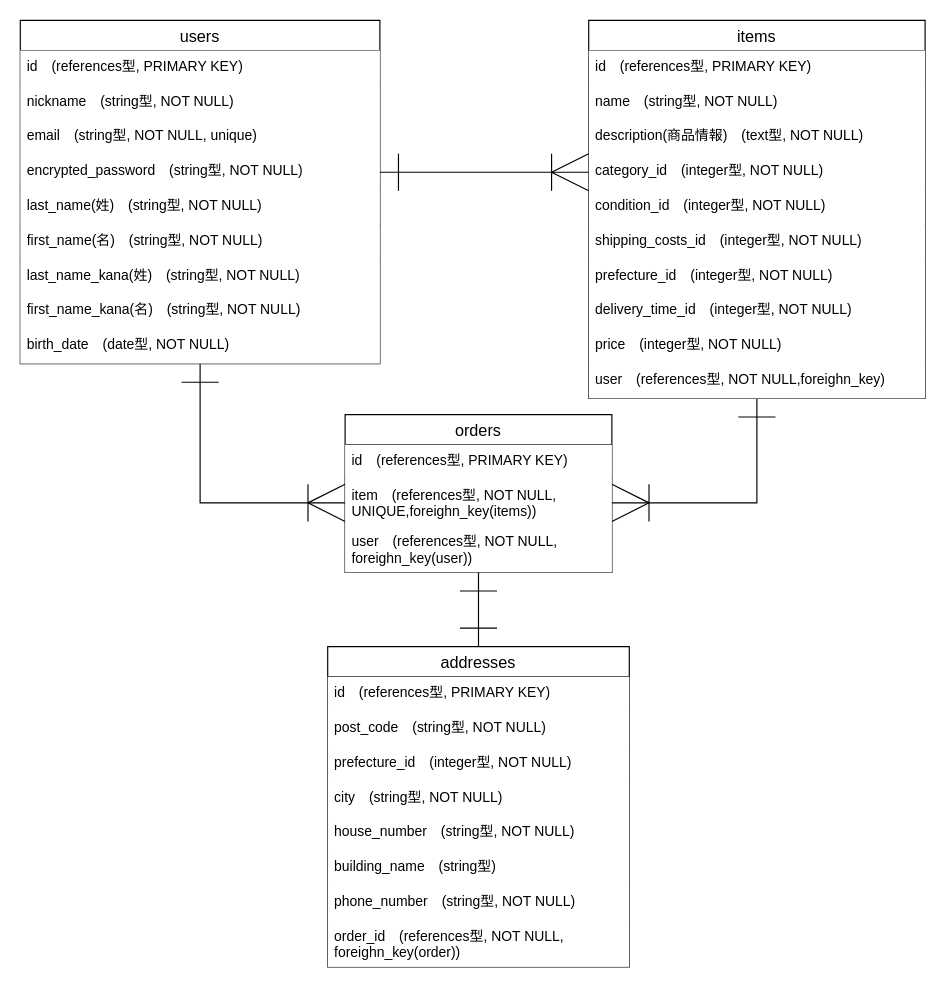
Before: ER.dio in utako-melo/furima-42327, a draw.io diagram. Source tidied: cells renumbered, new cells numbered last; positions are measured from the earlier drawing's top-left corner, leaving out a move shared by most shapes. Both pictures are drawn from the tidied source at 116%, with x=0, y=0 at pixel (20, 20).
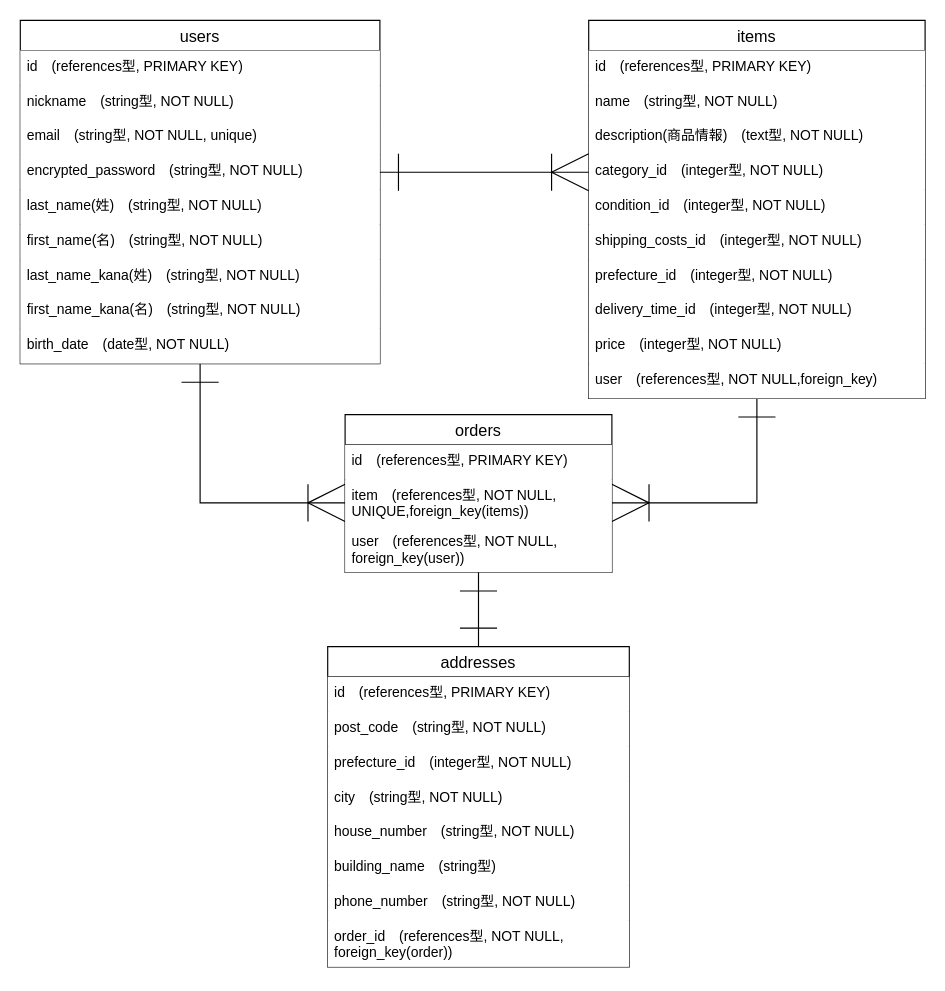
The same diagram, later.

Commit message (it also covers changes not shown here):
データベース設計の修正③

Unchanged cells that the change refers to:
```xml
<mxCell id="14" value="items" style="swimlane;fontStyle=0;horizontal=1;startSize=26;align=center;fontSize=14;" parent="1" vertex="1">
  <mxGeometry x="490" width="290" height="326" as="geometry" />
</mxCell>
<mxCell id="25" value="orders" style="swimlane;fontStyle=0;horizontal=1;startSize=26;align=center;fontSize=14;" parent="1" vertex="1">
  <mxGeometry x="280" y="340" width="230" height="136" as="geometry" />
</mxCell>
<mxCell id="30" value="addresses" style="swimlane;fontStyle=0;horizontal=1;startSize=26;align=center;fontSize=14;" parent="1" vertex="1">
  <mxGeometry x="265" y="540" width="260" height="276" as="geometry" />
</mxCell>
```

Change to the diagram source:
```diff
@@
-    <mxCell id="24" value="user&lt;span style=&quot;color: rgb(0, 0, 0);&quot;&gt;　(references&lt;/span&gt;&lt;span style=&quot;color: rgb(0, 0, 0);&quot;&gt;&lt;span style=&quot;color: rgb(0, 0, 0); background-color: transparent;&quot;&gt;型, NOT NULL,&lt;/span&gt;&lt;span style=&quot;color: rgb(0, 0, 0);&quot;&gt;foreighn_key&lt;/span&gt;&lt;span style=&quot;color: light-dark(rgb(0, 0, 0), rgb(237, 237, 237)); background-color: transparent;&quot;&gt;)&lt;/span&gt;&lt;br&gt;&lt;/span&gt;" style="text;strokeColor=none;fillColor=default;spacingLeft=4;spacingRight=4;overflow=hidden;fontSize=12;whiteSpace=wrap;html=1;" parent="14" vertex="1">
+    <mxCell id="24" value="user&lt;span style=&quot;color: rgb(0, 0, 0);&quot;&gt;　(references&lt;/span&gt;&lt;span style=&quot;color: rgb(0, 0, 0);&quot;&gt;&lt;span style=&quot;color: rgb(0, 0, 0); background-color: transparent;&quot;&gt;型, NOT NULL,&lt;/span&gt;&lt;span style=&quot;color: rgb(0, 0, 0);&quot;&gt;foreign_key&lt;/span&gt;&lt;span style=&quot;color: light-dark(rgb(0, 0, 0), rgb(237, 237, 237)); background-color: transparent;&quot;&gt;)&lt;/span&gt;&lt;br&gt;&lt;/span&gt;" style="text;strokeColor=none;fillColor=default;spacingLeft=4;spacingRight=4;overflow=hidden;fontSize=12;whiteSpace=wrap;html=1;" parent="14" vertex="1">
       <mxGeometry y="296" width="290" height="30" as="geometry" />
     </mxCell>
@@
-    <mxCell id="27" value="item&lt;span style=&quot;color: rgb(0, 0, 0);&quot;&gt;　(&lt;span style=&quot;color: rgb(0, 0, 0);&quot;&gt;references&lt;/span&gt;型, NOT NULL,&lt;/span&gt;&lt;div&gt;&lt;span style=&quot;color: rgb(0, 0, 0);&quot;&gt;UNIQUE,&lt;span style=&quot;color: rgb(0, 0, 0);&quot;&gt;foreighn_key&lt;/span&gt;(items)&lt;/span&gt;&lt;span style=&quot;background-color: transparent;&quot;&gt;)&lt;/span&gt;&lt;/div&gt;" style="text;strokeColor=none;fillColor=default;spacingLeft=4;spacingRight=4;overflow=hidden;points=[[0,0.5],[1,0.5]];portConstraint=eastwest;fontSize=12;whiteSpace=wrap;html=1;" parent="25" vertex="1">
+    <mxCell id="27" value="item&lt;span style=&quot;color: rgb(0, 0, 0);&quot;&gt;　(&lt;span style=&quot;color: rgb(0, 0, 0);&quot;&gt;references&lt;/span&gt;型, NOT NULL,&lt;/span&gt;&lt;div&gt;&lt;span style=&quot;color: rgb(0, 0, 0);&quot;&gt;UNIQUE,&lt;span style=&quot;color: rgb(0, 0, 0);&quot;&gt;foreign_key&lt;/span&gt;(items)&lt;/span&gt;&lt;span style=&quot;background-color: transparent;&quot;&gt;)&lt;/span&gt;&lt;/div&gt;" style="text;strokeColor=none;fillColor=default;spacingLeft=4;spacingRight=4;overflow=hidden;points=[[0,0.5],[1,0.5]];portConstraint=eastwest;fontSize=12;whiteSpace=wrap;html=1;" parent="25" vertex="1">
       <mxGeometry y="56" width="230" height="40" as="geometry" />
     </mxCell>
-    <mxCell id="28" value="user&lt;span style=&quot;color: rgb(0, 0, 0);&quot;&gt;　(&lt;span style=&quot;color: rgb(0, 0, 0);&quot;&gt;references&lt;/span&gt;型, NOT NULL,&lt;br&gt;&lt;/span&gt;&lt;div&gt;&lt;span style=&quot;color: rgb(0, 0, 0);&quot;&gt;&lt;span style=&quot;color: rgb(0, 0, 0); background-color: transparent;&quot;&gt;foreighn_key&lt;/span&gt;(user)&lt;/span&gt;&lt;span style=&quot;background-color: transparent;&quot;&gt;)&lt;/span&gt;&lt;/div&gt;" style="text;strokeColor=none;fillColor=default;spacingLeft=4;spacingRight=4;overflow=hidden;fontSize=12;whiteSpace=wrap;html=1;align=left;" parent="25" vertex="1">
+    <mxCell id="28" value="user&lt;span style=&quot;color: rgb(0, 0, 0);&quot;&gt;　(&lt;span style=&quot;color: rgb(0, 0, 0);&quot;&gt;references&lt;/span&gt;型, NOT NULL,&lt;br&gt;&lt;/span&gt;&lt;div&gt;&lt;span style=&quot;color: rgb(0, 0, 0);&quot;&gt;&lt;span style=&quot;color: rgb(0, 0, 0); background-color: transparent;&quot;&gt;foreign_key&lt;/span&gt;(user)&lt;/span&gt;&lt;span style=&quot;background-color: transparent;&quot;&gt;)&lt;/span&gt;&lt;/div&gt;" style="text;strokeColor=none;fillColor=default;spacingLeft=4;spacingRight=4;overflow=hidden;fontSize=12;whiteSpace=wrap;html=1;align=left;" parent="25" vertex="1">
       <mxGeometry y="96" width="230" height="40" as="geometry" />
     </mxCell>
@@
-    <mxCell id="38" value="order_id&lt;span style=&quot;color: rgb(0, 0, 0);&quot;&gt;　(&lt;span style=&quot;color: rgb(0, 0, 0);&quot;&gt;references&lt;/span&gt;型, NOT NULL,&lt;/span&gt;&lt;div&gt;&lt;div&gt;&lt;span style=&quot;color: rgb(0, 0, 0);&quot;&gt;foreighn_key(order)&lt;/span&gt;&lt;span style=&quot;background-color: transparent;&quot;&gt;)&lt;/span&gt;&lt;/div&gt;&lt;/div&gt;" style="text;strokeColor=none;fillColor=default;spacingLeft=4;spacingRight=4;overflow=hidden;fontSize=12;whiteSpace=wrap;html=1;" parent="30" vertex="1">
+    <mxCell id="38" value="order_id&lt;span style=&quot;color: rgb(0, 0, 0);&quot;&gt;　(&lt;span style=&quot;color: rgb(0, 0, 0);&quot;&gt;references&lt;/span&gt;型, NOT NULL,&lt;/span&gt;&lt;div&gt;&lt;div&gt;&lt;span style=&quot;color: rgb(0, 0, 0);&quot;&gt;foreign_key(order)&lt;/span&gt;&lt;span style=&quot;background-color: transparent;&quot;&gt;)&lt;/span&gt;&lt;/div&gt;&lt;/div&gt;" style="text;strokeColor=none;fillColor=default;spacingLeft=4;spacingRight=4;overflow=hidden;fontSize=12;whiteSpace=wrap;html=1;" parent="30" vertex="1">
       <mxGeometry y="236" width="260" height="40" as="geometry" />
     </mxCell>
```
